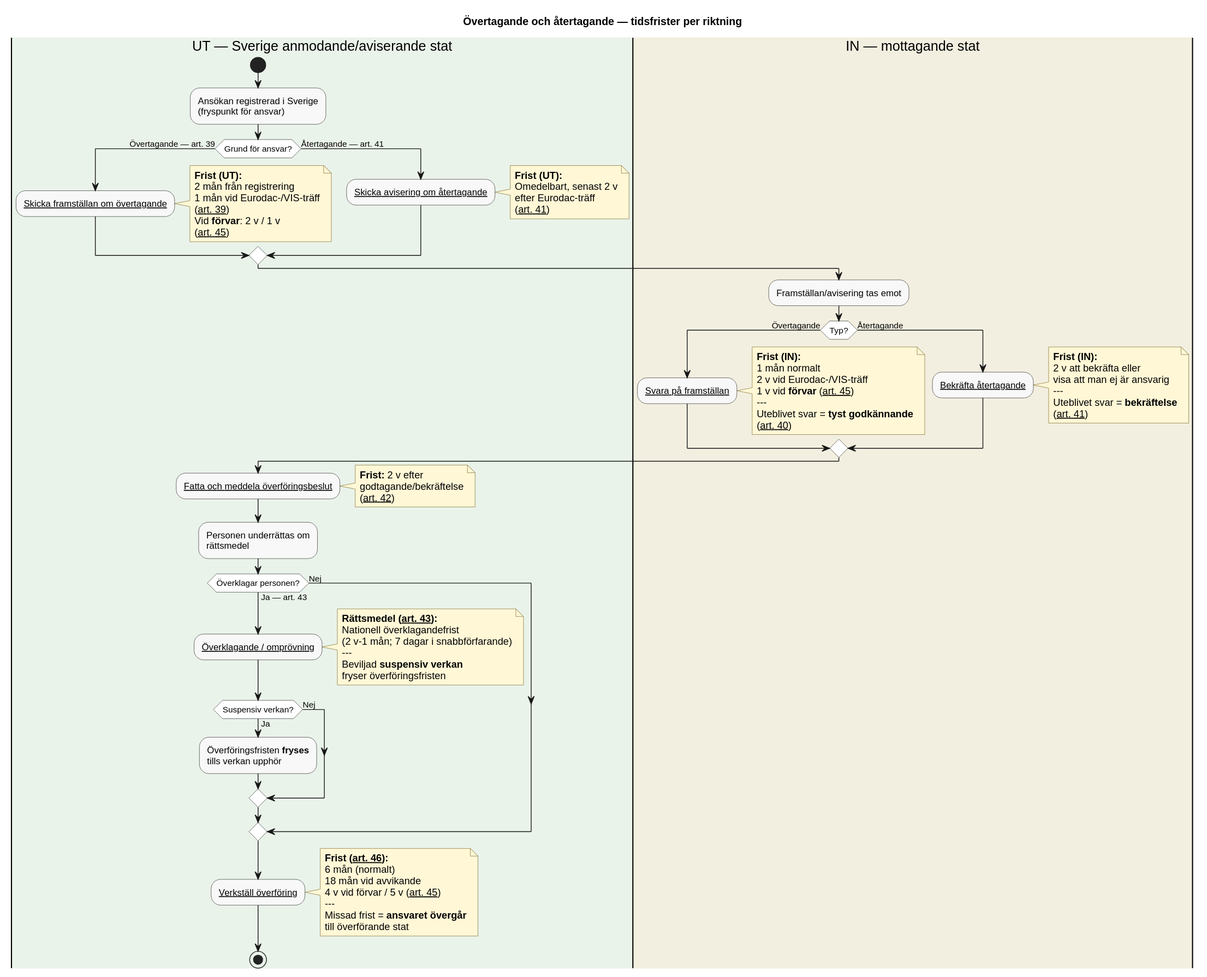
This is docs/domains/responsibility/diagrams/take-charge-take-back-timelimits.svg from chrhe894/migration_pact, a PlantUML export, as it was before one commit. The source it was exported from:
```plantuml
@startuml
title Övertagande och återtagande — tidsfrister per riktning

skinparam shadowing false
skinparam HyperlinkColor Black
skinparam HyperlinkUnderline true
skinparam defaultFontName Arial
skinparam activity {
  BackgroundColor #F8F8F8
  BorderColor #333333
  DiamondBackgroundColor #FFFFFF
  DiamondBorderColor #333333
}
skinparam note {
  BackgroundColor #FFF7D6
  BorderColor #7A6A2A
}

|#EAF3EA|UT — Sverige anmodande/aviserande stat|
start
:Ansökan registrerad i Sverige\n(fryspunkt för ansvar);

if (Grund för ansvar?) then (Övertagande — art. 39)
  :[[../articles/ammr-039.md Skicka framställan om övertagande]];
  note right
    **Frist (UT):**
    2 mån från registrering
    1 mån vid Eurodac-/VIS-träff
    ([[../articles/ammr-039.md art. 39]])
    Vid **förvar**: 2 v / 1 v
    ([[../articles/ammr-045.md art. 45]])
  end note
else (Återtagande — art. 41)
  :[[../articles/ammr-041.md Skicka avisering om återtagande]];
  note right
    **Frist (UT):**
    Omedelbart, senast 2 v
    efter Eurodac-träff
    ([[../articles/ammr-041.md art. 41]])
  end note
endif

|#F3EFE0|IN — mottagande stat|
:Framställan/avisering tas emot;

if (Typ?) then (Övertagande)
  :[[../articles/ammr-040.md Svara på framställan]];
  note right
    **Frist (IN):**
    1 mån normalt
    2 v vid Eurodac-/VIS-träff
    1 v vid **förvar** ([[../articles/ammr-045.md art. 45]])
    ---
    Uteblivet svar = **tyst godkännande**
    ([[../articles/ammr-040.md art. 40]])
  end note
else (Återtagande)
  :[[../articles/ammr-041.md Bekräfta återtagande]];
  note right
    **Frist (IN):**
    2 v att bekräfta eller
    visa att man ej är ansvarig
    ---
    Uteblivet svar = **bekräftelse**
    ([[../articles/ammr-041.md art. 41]])
  end note
endif

|#EAF3EA|UT — Sverige anmodande/aviserande stat|
:[[../articles/ammr-042.md Fatta och meddela överföringsbeslut]];
note right
  **Frist:** 2 v efter
  godtagande/bekräftelse
  ([[../articles/ammr-042.md art. 42]])
end note

:Personen underrättas om\nrättsmedel;

if (Överklagar personen?) then (Ja — art. 43)
  :[[../articles/ammr-043.md Överklagande / omprövning]];
  note right
    **Rättsmedel ([[../articles/ammr-043.md art. 43]]):**
    Nationell överklagandefrist
    (2 v-1 mån; 7 dagar i snabbförfarande)
    ---
    Beviljad **suspensiv verkan**
    fryser överföringsfristen
  end note
  if (Suspensiv verkan?) then (Ja)
    :Överföringsfristen **fryses**\ntills verkan upphör;
  else (Nej)
  endif
else (Nej)
endif

:[[../articles/ammr-046.md Verkställ överföring]];
note right
  **Frist ([[../articles/ammr-046.md art. 46]]):**
  6 mån (normalt)
  18 mån vid avvikande
  4 v vid förvar / 5 v ([[../articles/ammr-045.md art. 45]])
  ---
  Missad frist = **ansvaret övergår**
  till överförande stat
end note

stop
@enduml
```
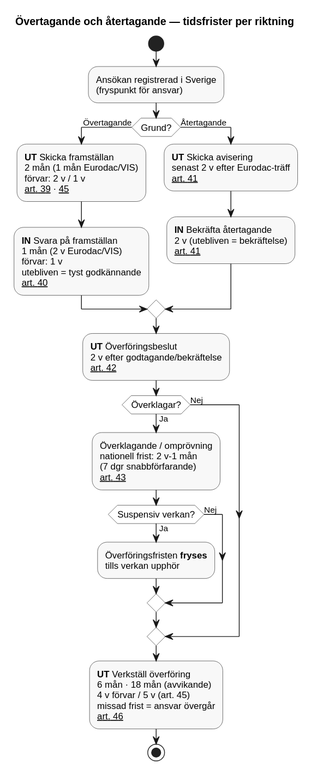
The same file after the commit.

Commit message:
Less wide pu

What changed in the source:
```diff
@@ -5,87 +5,31 @@
 skinparam HyperlinkColor Black
 skinparam HyperlinkUnderline true
 skinparam defaultFontName Arial
+skinparam maxMessageSize 200
 skinparam activity {
   BackgroundColor #F8F8F8
   BorderColor #333333
   DiamondBackgroundColor #FFFFFF
   DiamondBorderColor #333333
-}
-skinparam note {
-  BackgroundColor #FFF7D6
-  BorderColor #7A6A2A
+  FontSize 12
 }
 
-|#EAF3EA|UT — Sverige anmodande/aviserande stat|
 start
+
 :Ansökan registrerad i Sverige\n(fryspunkt för ansvar);
 
-if (Grund för ansvar?) then (Övertagande — art. 39)
-  :[[../articles/ammr-039.md Skicka framställan om övertagande]];
-  note right
-    **Frist (UT):**
-    2 mån från registrering
-    1 mån vid Eurodac-/VIS-träff
-    ([[../articles/ammr-039.md art. 39]])
-    Vid **förvar**: 2 v / 1 v
-    ([[../articles/ammr-045.md art. 45]])
-  end note
-else (Återtagande — art. 41)
-  :[[../articles/ammr-041.md Skicka avisering om återtagande]];
-  note right
-    **Frist (UT):**
-    Omedelbart, senast 2 v
-    efter Eurodac-träff
-    ([[../articles/ammr-041.md art. 41]])
-  end note
+if (Grund?) then (Övertagande)
+  :**UT** Skicka framställan\n2 mån (1 mån Eurodac/VIS)\nförvar: 2 v / 1 v\n[[../articles/ammr-039.md art. 39]] · [[../articles/ammr-045.md 45]];
+  :**IN** Svara på framställan\n1 mån (2 v Eurodac/VIS)\nförvar: 1 v\nutebliven = tyst godkännande\n[[../articles/ammr-040.md art. 40]];
+else (Återtagande)
+  :**UT** Skicka avisering\nsenast 2 v efter Eurodac-träff\n[[../articles/ammr-041.md art. 41]];
+  :**IN** Bekräfta återtagande\n2 v (utebliven = bekräftelse)\n[[../articles/ammr-041.md art. 41]];
 endif
 
-|#F3EFE0|IN — mottagande stat|
-:Framställan/avisering tas emot;
+:**UT** Överföringsbeslut\n2 v efter godtagande/bekräftelse\n[[../articles/ammr-042.md art. 42]];
 
-if (Typ?) then (Övertagande)
-  :[[../articles/ammr-040.md Svara på framställan]];
-  note right
-    **Frist (IN):**
-    1 mån normalt
-    2 v vid Eurodac-/VIS-träff
-    1 v vid **förvar** ([[../articles/ammr-045.md art. 45]])
-    ---
-    Uteblivet svar = **tyst godkännande**
-    ([[../articles/ammr-040.md art. 40]])
-  end note
-else (Återtagande)
-  :[[../articles/ammr-041.md Bekräfta återtagande]];
-  note right
-    **Frist (IN):**
-    2 v att bekräfta eller
-    visa att man ej är ansvarig
-    ---
-    Uteblivet svar = **bekräftelse**
-    ([[../articles/ammr-041.md art. 41]])
-  end note
-endif
-
-|#EAF3EA|UT — Sverige anmodande/aviserande stat|
-:[[../articles/ammr-042.md Fatta och meddela överföringsbeslut]];
-note right
-  **Frist:** 2 v efter
-  godtagande/bekräftelse
-  ([[../articles/ammr-042.md art. 42]])
-end note
-
-:Personen underrättas om\nrättsmedel;
-
-if (Överklagar personen?) then (Ja — art. 43)
-  :[[../articles/ammr-043.md Överklagande / omprövning]];
-  note right
-    **Rättsmedel ([[../articles/ammr-043.md art. 43]]):**
-    Nationell överklagandefrist
-    (2 v-1 mån; 7 dagar i snabbförfarande)
-    ---
-    Beviljad **suspensiv verkan**
-    fryser överföringsfristen
-  end note
+if (Överklagar?) then (Ja)
+  :Överklagande / omprövning\nnationell frist: 2 v-1 mån\n(7 dgr snabbförfarande)\n[[../articles/ammr-043.md art. 43]];
   if (Suspensiv verkan?) then (Ja)
     :Överföringsfristen **fryses**\ntills verkan upphör;
   else (Nej)
@@ -93,16 +37,7 @@
 else (Nej)
 endif
 
-:[[../articles/ammr-046.md Verkställ överföring]];
-note right
-  **Frist ([[../articles/ammr-046.md art. 46]]):**
-  6 mån (normalt)
-  18 mån vid avvikande
-  4 v vid förvar / 5 v ([[../articles/ammr-045.md art. 45]])
-  ---
-  Missad frist = **ansvaret övergår**
-  till överförande stat
-end note
+:**UT** Verkställ överföring\n6 mån · 18 mån (avvikande)\n4 v förvar / 5 v (art. 45)\nmissad frist = ansvar övergår\n[[../articles/ammr-046.md art. 46]];
 
 stop
 @enduml
```
